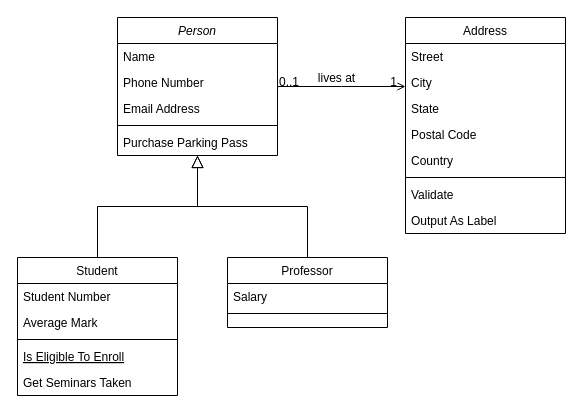
Before: src/quiz-app.drawio in CarlosMayo1/quiz-app, a draw.io diagram. Source tidied: cells renumbered, new cells numbered last; positions are measured from the earlier drawing's top-left corner, leaving out a move shared by most shapes. Both pictures are drawn from the tidied source at 100%, with x=0, y=0 at pixel (17, 17).
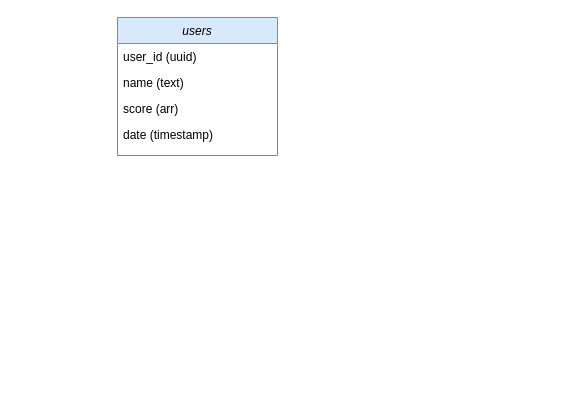
The same diagram, later.

The edit, as a diff of the source:
```diff
@@
-    <mxCell id="2" value="Person" style="swimlane;fontStyle=2;align=center;verticalAlign=top;horizontal=1;startSize=26;rounded=0;shadow=0;strokeWidth=1;" parent="1" vertex="1">
+    <mxCell id="2" value="users" style="swimlane;fontStyle=2;align=center;verticalAlign=top;horizontal=1;startSize=26;rounded=0;shadow=0;strokeWidth=1;fillColor=#dae8fc;strokeColor=#6c8ebf;" parent="1" vertex="1">
       <mxGeometry x="100" width="160" height="138" as="geometry" />
     </mxCell>
-    <mxCell id="3" value="Name" style="text;align=left;verticalAlign=top;spacingLeft=4;spacingRight=4;overflow=hidden;" parent="2" vertex="1">
+    <mxCell id="3" value="user_id (uuid)" style="text;align=left;verticalAlign=top;spacingLeft=4;spacingRight=4;overflow=hidden;" parent="2" vertex="1">
       <mxGeometry y="26" width="160" height="26" as="geometry" />
     </mxCell>
-    <mxCell id="4" value="Phone Number" style="text;align=left;verticalAlign=top;spacingLeft=4;spacingRight=4;overflow=hidden;rounded=0;shadow=0;html=0;" parent="2" vertex="1">
+    <mxCell id="4" value="name (text)" style="text;align=left;verticalAlign=top;spacingLeft=4;spacingRight=4;overflow=hidden;rounded=0;shadow=0;html=0;" parent="2" vertex="1">
       <mxGeometry y="52" width="160" height="26" as="geometry" />
     </mxCell>
-    <mxCell id="5" value="Email Address" style="text;align=left;verticalAlign=top;spacingLeft=4;spacingRight=4;overflow=hidden;rounded=0;shadow=0;html=0;" parent="2" vertex="1">
+    <mxCell id="5" value="score (arr)&#10;" style="text;align=left;verticalAlign=top;spacingLeft=4;spacingRight=4;overflow=hidden;rounded=0;shadow=0;html=0;" parent="2" vertex="1">
       <mxGeometry y="78" width="160" height="26" as="geometry" />
     </mxCell>
-    <mxCell id="6" style="line;html=1;strokeWidth=1;align=left;verticalAlign=middle;spacingTop=-1;spacingLeft=3;spacingRight=3;labelPosition=right;" parent="2" vertex="1">
-      <mxGeometry y="104" width="160" height="8" as="geometry" />
-    </mxCell>
-    <mxCell id="7" value="Purchase Parking Pass" style="text;align=left;verticalAlign=top;spacingLeft=4;spacingRight=4;overflow=hidden;" parent="2" vertex="1">
-      <mxGeometry y="112" width="160" height="26" as="geometry" />
-    </mxCell>
-    <mxCell id="8" value="Student" style="swimlane;fontStyle=0;align=center;verticalAlign=top;horizontal=1;startSize=26;rounded=0;shadow=0;strokeWidth=1;" parent="1" vertex="1">
-      <mxGeometry y="240" width="160" height="138" as="geometry" />
-    </mxCell>
-    <mxCell id="9" value="Student Number" style="text;align=left;verticalAlign=top;spacingLeft=4;spacingRight=4;overflow=hidden;" parent="8" vertex="1">
-      <mxGeometry y="26" width="160" height="26" as="geometry" />
-    </mxCell>
-    <mxCell id="10" value="Average Mark" style="text;align=left;verticalAlign=top;spacingLeft=4;spacingRight=4;overflow=hidden;rounded=0;shadow=0;html=0;" parent="8" vertex="1">
-      <mxGeometry y="52" width="160" height="26" as="geometry" />
-    </mxCell>
-    <mxCell id="11" style="line;html=1;strokeWidth=1;align=left;verticalAlign=middle;spacingTop=-1;spacingLeft=3;spacingRight=3;labelPosition=right;" parent="8" vertex="1">
-      <mxGeometry y="78" width="160" height="8" as="geometry" />
-    </mxCell>
-    <mxCell id="12" value="Is Eligible To Enroll" style="text;align=left;verticalAlign=top;spacingLeft=4;spacingRight=4;overflow=hidden;fontStyle=4;" parent="8" vertex="1">
-      <mxGeometry y="86" width="160" height="26" as="geometry" />
-    </mxCell>
-    <mxCell id="13" value="Get Seminars Taken" style="text;align=left;verticalAlign=top;spacingLeft=4;spacingRight=4;overflow=hidden;" parent="8" vertex="1">
-      <mxGeometry y="112" width="160" height="26" as="geometry" />
-    </mxCell>
-    <mxCell id="14" style="endArrow=block;endSize=10;endFill=0;shadow=0;strokeWidth=1;rounded=0;edgeStyle=elbowEdgeStyle;elbow=vertical;" parent="1" edge="1" source="8" target="2">
-      <mxGeometry relative="1" as="geometry" />
-    </mxCell>
-    <mxCell id="15" value="Professor" style="swimlane;fontStyle=0;align=center;verticalAlign=top;horizontal=1;startSize=26;rounded=0;shadow=0;strokeWidth=1;" parent="1" vertex="1">
-      <mxGeometry x="210" y="240" width="160" height="70" as="geometry" />
-    </mxCell>
-    <mxCell id="16" value="Salary" style="text;align=left;verticalAlign=top;spacingLeft=4;spacingRight=4;overflow=hidden;" parent="15" vertex="1">
-      <mxGeometry y="26" width="160" height="26" as="geometry" />
-    </mxCell>
-    <mxCell id="17" style="line;html=1;strokeWidth=1;align=left;verticalAlign=middle;spacingTop=-1;spacingLeft=3;spacingRight=3;labelPosition=right;" parent="15" vertex="1">
-      <mxGeometry y="52" width="160" height="8" as="geometry" />
-    </mxCell>
-    <mxCell id="18" style="endArrow=block;endSize=10;endFill=0;shadow=0;strokeWidth=1;rounded=0;edgeStyle=elbowEdgeStyle;elbow=vertical;" parent="1" edge="1" source="15" target="2">
-      <mxGeometry relative="1" as="geometry" />
-    </mxCell>
-    <mxCell id="19" value="Address" style="swimlane;fontStyle=0;align=center;verticalAlign=top;horizontal=1;startSize=26;rounded=0;shadow=0;strokeWidth=1;" parent="1" vertex="1">
-      <mxGeometry x="388" width="160" height="216" as="geometry" />
-    </mxCell>
-    <mxCell id="20" value="Street" style="text;align=left;verticalAlign=top;spacingLeft=4;spacingRight=4;overflow=hidden;" parent="19" vertex="1">
-      <mxGeometry y="26" width="160" height="26" as="geometry" />
-    </mxCell>
-    <mxCell id="21" value="City" style="text;align=left;verticalAlign=top;spacingLeft=4;spacingRight=4;overflow=hidden;rounded=0;shadow=0;html=0;" parent="19" vertex="1">
-      <mxGeometry y="52" width="160" height="26" as="geometry" />
-    </mxCell>
-    <mxCell id="22" value="State" style="text;align=left;verticalAlign=top;spacingLeft=4;spacingRight=4;overflow=hidden;rounded=0;shadow=0;html=0;" parent="19" vertex="1">
-      <mxGeometry y="78" width="160" height="26" as="geometry" />
-    </mxCell>
-    <mxCell id="23" value="Postal Code" style="text;align=left;verticalAlign=top;spacingLeft=4;spacingRight=4;overflow=hidden;rounded=0;shadow=0;html=0;" parent="19" vertex="1">
-      <mxGeometry y="104" width="160" height="26" as="geometry" />
-    </mxCell>
-    <mxCell id="24" value="Country" style="text;align=left;verticalAlign=top;spacingLeft=4;spacingRight=4;overflow=hidden;rounded=0;shadow=0;html=0;" parent="19" vertex="1">
-      <mxGeometry y="130" width="160" height="26" as="geometry" />
-    </mxCell>
-    <mxCell id="25" style="line;html=1;strokeWidth=1;align=left;verticalAlign=middle;spacingTop=-1;spacingLeft=3;spacingRight=3;labelPosition=right;" parent="19" vertex="1">
-      <mxGeometry y="156" width="160" height="8" as="geometry" />
-    </mxCell>
-    <mxCell id="26" value="Validate" style="text;align=left;verticalAlign=top;spacingLeft=4;spacingRight=4;overflow=hidden;" parent="19" vertex="1">
-      <mxGeometry y="164" width="160" height="26" as="geometry" />
-    </mxCell>
-    <mxCell id="27" value="Output As Label" style="text;align=left;verticalAlign=top;spacingLeft=4;spacingRight=4;overflow=hidden;" parent="19" vertex="1">
-      <mxGeometry y="190" width="160" height="26" as="geometry" />
-    </mxCell>
-    <mxCell id="28" style="endArrow=open;shadow=0;strokeWidth=1;rounded=0;endFill=1;edgeStyle=elbowEdgeStyle;elbow=vertical;" parent="1" edge="1" source="2" target="19">
-      <mxGeometry x="0.5" y="41" relative="1" as="geometry">
-        <mxPoint x="-40" y="32" as="offset" />
-      </mxGeometry>
-    </mxCell>
-    <mxCell id="29" value="0..1" style="align=left;verticalAlign=bottom;labelBackgroundColor=none;fontSize=12;" parent="28" vertex="1">
-      <mxGeometry x="-1" relative="1" as="geometry">
-        <mxPoint y="4" as="offset" />
-      </mxGeometry>
-    </mxCell>
-    <mxCell id="30" value="1" style="align=right;verticalAlign=bottom;labelBackgroundColor=none;fontSize=12;" parent="28" vertex="1">
-      <mxGeometry x="1" relative="1" as="geometry">
-        <mxPoint x="-7" y="4" as="offset" />
-      </mxGeometry>
-    </mxCell>
-    <mxCell id="31" value="lives at" style="text;html=1;align=center;verticalAlign=middle;labelBackgroundColor=none;rounded=0;shadow=0;strokeWidth=1;fontSize=12;" parent="28" vertex="1">
-      <mxGeometry x="0.5" y="49" relative="1" as="geometry">
-        <mxPoint x="-38" y="40" as="offset" />
-      </mxGeometry>
-    </mxCell>
+    <mxCell id="32" value="date (timestamp)&#10;" style="text;align=left;verticalAlign=top;spacingLeft=4;spacingRight=4;overflow=hidden;rounded=0;shadow=0;html=0;" parent="2" vertex="1">
+      <mxGeometry y="104" width="160" height="26" as="geometry" />
+    </mxCell>
```
